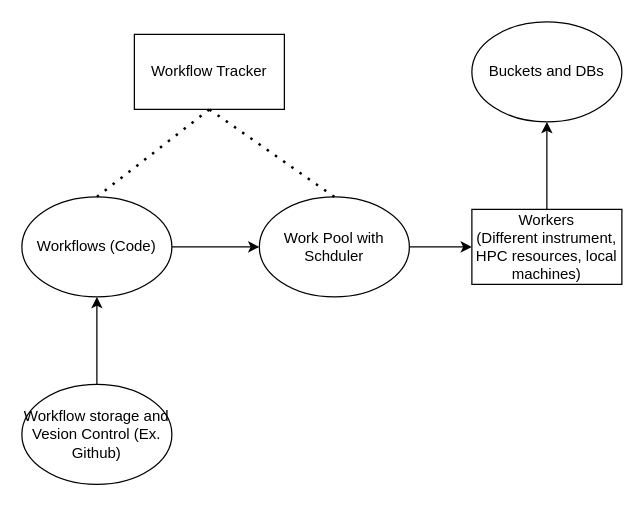
This is Orchestrator Picture.drawio from yunhzou/Prefect_demo, a draw.io file, before an edit. Source tidied: cells renumbered, new cells numbered last; positions are measured from the earlier drawing's top-left corner, leaving out a move shared by most shapes. Both pictures are drawn from the tidied source at 125%, with x=0, y=0 at pixel (21, 21).
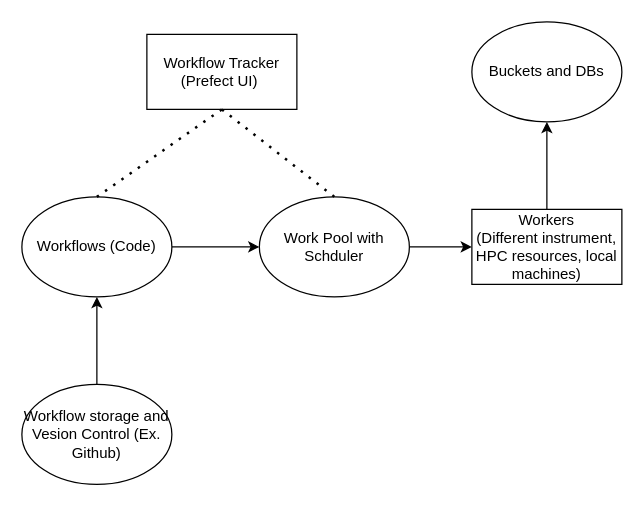
The same page after the edit.

The edit, as a diff of the source:
```diff
@@
 <mxGraphModel>
   <root>
     <mxCell id="0" />
     <mxCell id="1" parent="0" />
     <mxCell id="2" style="edgeStyle=orthogonalEdgeStyle;rounded=0;jettySize=auto;html=1;" parent="1" edge="1" source="3" target="5">
       <mxGeometry relative="1" as="geometry" />
     </mxCell>
     <mxCell id="3" value="Work Pool with Schduler" style="ellipse;whiteSpace=wrap;html=1;" parent="1" vertex="1">
       <mxGeometry x="190" y="140" width="120" height="80" as="geometry" />
     </mxCell>
     <mxCell id="4" style="edgeStyle=orthogonalEdgeStyle;rounded=0;jettySize=auto;html=1;" parent="1" edge="1" source="5" target="6">
       <mxGeometry relative="1" as="geometry" />
     </mxCell>
     <mxCell id="5" value="Workers&lt;br&gt;(Different instrument,&lt;br&gt;HPC resources, local machines)" style="rounded=0;whiteSpace=wrap;html=1;" parent="1" vertex="1">
       <mxGeometry x="360" y="150" width="120" height="60" as="geometry" />
     </mxCell>
     <mxCell id="6" value="Buckets and DBs" style="ellipse;whiteSpace=wrap;html=1;" parent="1" vertex="1">
       <mxGeometry x="360" width="120" height="80" as="geometry" />
     </mxCell>
     <mxCell id="7" style="edgeStyle=orthogonalEdgeStyle;rounded=0;jettySize=auto;html=1;" parent="1" edge="1" source="8" target="3">
       <mxGeometry relative="1" as="geometry" />
     </mxCell>
     <mxCell id="8" value="Workflows (Code)" style="ellipse;whiteSpace=wrap;html=1;" parent="1" vertex="1">
       <mxGeometry y="140" width="120" height="80" as="geometry" />
     </mxCell>
     <mxCell id="9" style="edgeStyle=orthogonalEdgeStyle;rounded=0;jettySize=auto;html=1;" parent="1" edge="1" source="10" target="8">
       <mxGeometry relative="1" as="geometry" />
     </mxCell>
     <mxCell id="10" value="Workflow storage and&lt;br&gt;Vesion Control (Ex. Github)" style="ellipse;whiteSpace=wrap;html=1;" parent="1" vertex="1">
       <mxGeometry y="290" width="120" height="80" as="geometry" />
     </mxCell>
-    <mxCell id="11" value="Workflow Tracker" style="rounded=0;whiteSpace=wrap;html=1;" parent="1" vertex="1">
-      <mxGeometry x="90" y="10" width="120" height="60" as="geometry" />
+    <mxCell id="11" value="Workflow Tracker (Prefect UI)&amp;nbsp;" style="rounded=0;whiteSpace=wrap;html=1;" parent="1" vertex="1">
+      <mxGeometry x="100" y="10" width="120" height="60" as="geometry" />
     </mxCell>
     <mxCell id="12" style="endArrow=none;dashed=1;html=1;dashPattern=1 3;strokeWidth=2;rounded=0;entryX=0.5;entryY=1;entryDx=0;entryDy=0;" parent="1" edge="1" target="11">
       <mxGeometry relative="1" as="geometry">
         <mxPoint x="250" y="140" as="sourcePoint" />
       </mxGeometry>
     </mxCell>
     <mxCell id="13" style="endArrow=none;dashed=1;html=1;dashPattern=1 3;strokeWidth=2;rounded=0;exitX=0.5;exitY=0;exitDx=0;exitDy=0;entryX=0.5;entryY=1;entryDx=0;entryDy=0;" parent="1" edge="1" source="8" target="11">
       <mxGeometry relative="1" as="geometry" />
     </mxCell>
   </root>
 </mxGraphModel>
```
